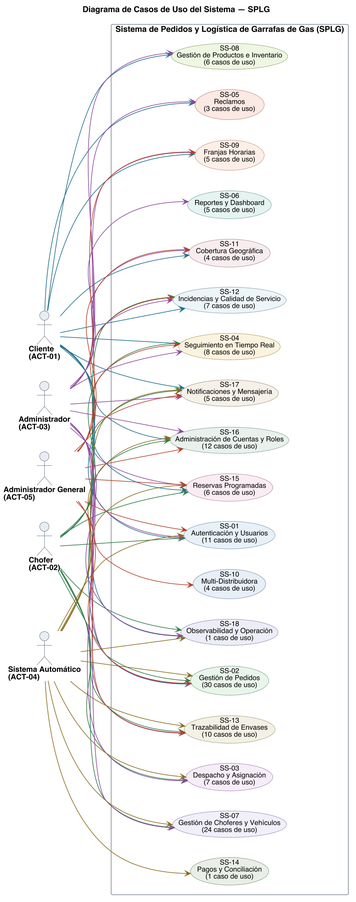
Nahuelito-Dev/splg-docs keeps this PlantUML diagram as diagramas/uml/CU_Sistema_Diagrama-De-Contexto.png. Above is the earlier version.
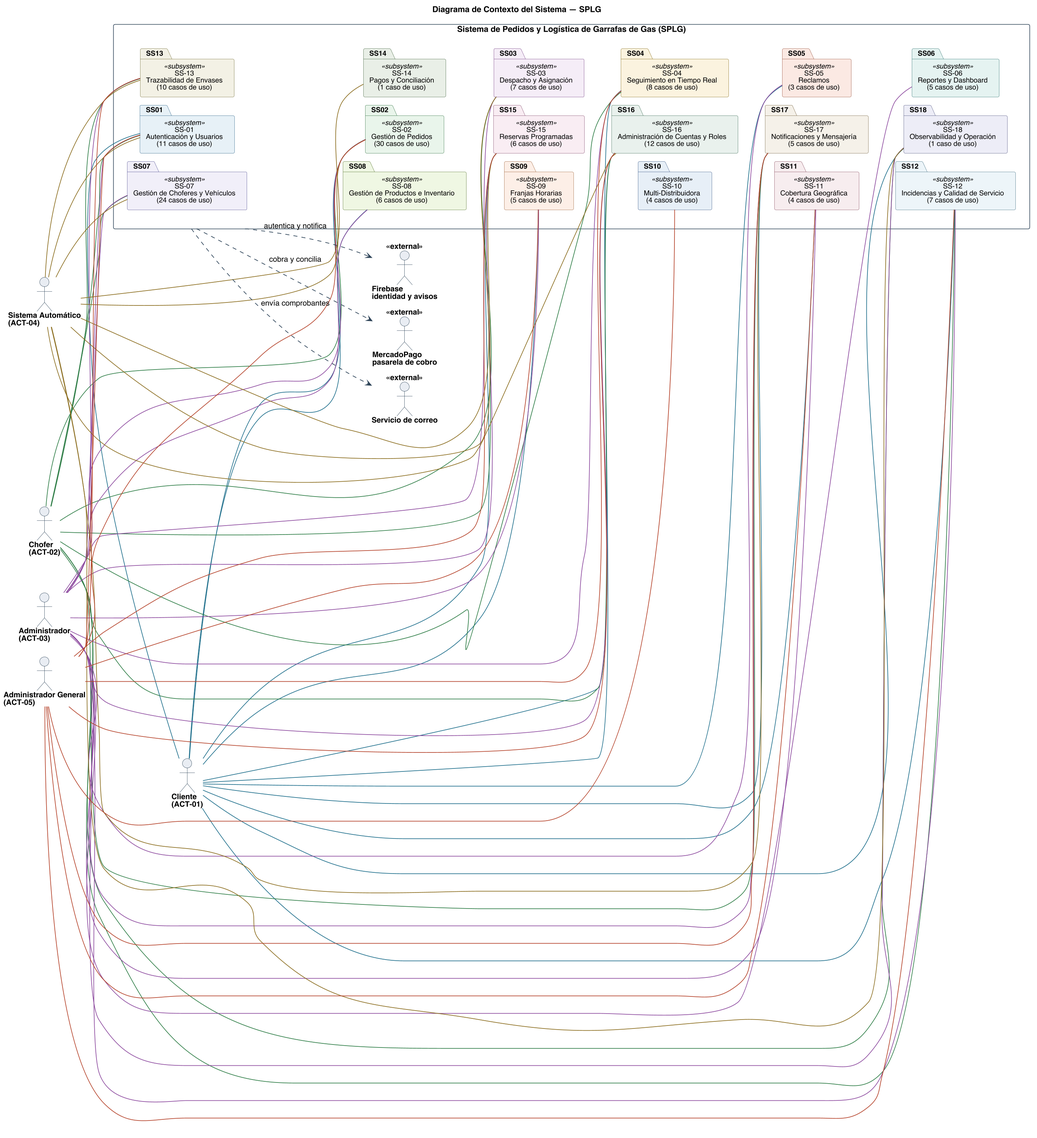
Above is the later version.

What changed in the source:
```diff
@@ -1,5 +1,5 @@
 @startuml
-title Diagrama de Casos de Uso del Sistema — SPLG
+title Diagrama de Contexto del Sistema — SPLG
 left to right direction
 skinparam backgroundColor #FFFFFF
 skinparam shadowing false
@@ -25,92 +25,122 @@
   FontStyle bold
 }
 
+skinparam nodesep 14
+skinparam ranksep 45
+skinparam package {
+  BorderColor #2C4257
+  FontSize 12
+}
+
 actor "Cliente\n(ACT-01)" as A01
 actor "Chofer\n(ACT-02)" as A02
 actor "Administrador\n(ACT-03)" as A03
 actor "Sistema Automático\n(ACT-04)" as A04
 actor "Administrador General\n(ACT-05)" as A05
 
-rectangle "Sistema de Pedidos y Logística de Garrafas de Gas (SPLG)" {
-  usecase "SS-01\nAutenticación y Usuarios\n(11 casos de uso)" as SS01 #back:E7F0F6;line:3C6E8F
-  usecase "SS-02\nGestión de Pedidos\n(30 casos de uso)" as SS02 #back:E9F4EA;line:3F7A50
-  usecase "SS-03\nDespacho y Asignación\n(7 casos de uso)" as SS03 #back:F5ECF7;line:7B4B8A
-  usecase "SS-04\nSeguimiento en Tiempo Real\n(8 casos de uso)" as SS04 #back:FBF2DE;line:8A7326
-  usecase "SS-05\nReclamos\n(3 casos de uso)" as SS05 #back:FAE8E3;line:9C5A46
-  usecase "SS-06\nReportes y Dashboard\n(5 casos de uso)" as SS06 #back:E4F2F1;line:3E7C79
-  usecase "SS-07\nGestión de Choferes y Vehículos\n(24 casos de uso)" as SS07 #back:F0EEF9;line:5A5896
-  usecase "SS-08\nGestión de Productos e Inventario\n(6 casos de uso)" as SS08 #back:EFF6E2;line:5E7A3A
-  usecase "SS-09\nFranjas Horarias\n(5 casos de uso)" as SS09 #back:FDEFE6;line:A26A45
-  usecase "SS-10\nMulti-Distribuidora\n(4 casos de uso)" as SS10 #back:E6EEF7;line:44608B
-  usecase "SS-11\nCobertura Geográfica\n(4 casos de uso)" as SS11 #back:F7ECEF;line:8E5566
-  usecase "SS-12\nIncidencias y Calidad de Servicio\n(7 casos de uso)" as SS12 #back:EDF5F9;line:4A7488
-  usecase "SS-13\nTrazabilidad de Envases\n(10 casos de uso)" as SS13 #back:F3F1E4;line:7A7340
-  usecase "SS-14\nPagos y Conciliación\n(1 caso de uso)" as SS14 #back:E9EFE6;line:4E6B4A
-  usecase "SS-15\nReservas Programadas\n(6 casos de uso)" as SS15 #back:F8EDF3;line:8A5674
-  usecase "SS-16\nAdministración de Cuentas y Roles\n(12 casos de uso)" as SS16 #back:E8F1EC;line:4B7560
-  usecase "SS-17\nNotificaciones y Mensajería\n(5 casos de uso)" as SS17 #back:F5F0E8;line:7C6B4C
-  usecase "SS-18\nObservabilidad y Operación\n(1 caso de uso)" as SS18 #back:ECEDF6;line:5B5F87
+rectangle "Sistema de Pedidos y Logística de Garrafas de Gas (SPLG)" as LIMITE {
+  package "SS-01\nAutenticación y Usuarios\n(11 casos de uso)" as SS01 <<subsystem>> #back:E7F0F6;line:3C6E8F
+  package "SS-02\nGestión de Pedidos\n(30 casos de uso)" as SS02 <<subsystem>> #back:E9F4EA;line:3F7A50
+  package "SS-03\nDespacho y Asignación\n(7 casos de uso)" as SS03 <<subsystem>> #back:F5ECF7;line:7B4B8A
+  package "SS-04\nSeguimiento en Tiempo Real\n(8 casos de uso)" as SS04 <<subsystem>> #back:FBF2DE;line:8A7326
+  package "SS-05\nReclamos\n(3 casos de uso)" as SS05 <<subsystem>> #back:FAE8E3;line:9C5A46
+  package "SS-06\nReportes y Dashboard\n(5 casos de uso)" as SS06 <<subsystem>> #back:E4F2F1;line:3E7C79
+  package "SS-07\nGestión de Choferes y Vehículos\n(24 casos de uso)" as SS07 <<subsystem>> #back:F0EEF9;line:5A5896
+  package "SS-08\nGestión de Productos e Inventario\n(6 casos de uso)" as SS08 <<subsystem>> #back:EFF6E2;line:5E7A3A
+  package "SS-09\nFranjas Horarias\n(5 casos de uso)" as SS09 <<subsystem>> #back:FDEFE6;line:A26A45
+  package "SS-10\nMulti-Distribuidora\n(4 casos de uso)" as SS10 <<subsystem>> #back:E6EEF7;line:44608B
+  package "SS-11\nCobertura Geográfica\n(4 casos de uso)" as SS11 <<subsystem>> #back:F7ECEF;line:8E5566
+  package "SS-12\nIncidencias y Calidad de Servicio\n(7 casos de uso)" as SS12 <<subsystem>> #back:EDF5F9;line:4A7488
+  package "SS-13\nTrazabilidad de Envases\n(10 casos de uso)" as SS13 <<subsystem>> #back:F3F1E4;line:7A7340
+  package "SS-14\nPagos y Conciliación\n(1 caso de uso)" as SS14 <<subsystem>> #back:E9EFE6;line:4E6B4A
+  package "SS-15\nReservas Programadas\n(6 casos de uso)" as SS15 <<subsystem>> #back:F8EDF3;line:8A5674
+  package "SS-16\nAdministración de Cuentas y Roles\n(12 casos de uso)" as SS16 <<subsystem>> #back:E8F1EC;line:4B7560
+  package "SS-17\nNotificaciones y Mensajería\n(5 casos de uso)" as SS17 <<subsystem>> #back:F5F0E8;line:7C6B4C
+  package "SS-18\nObservabilidad y Operación\n(1 caso de uso)" as SS18 <<subsystem>> #back:ECEDF6;line:5B5F87
+  SS01 -[hidden]- SS02
+  SS02 -[hidden]- SS03
+  SS03 -[hidden]- SS04
+  SS04 -[hidden]- SS05
+  SS05 -[hidden]- SS06
+  SS07 -[hidden]- SS08
+  SS08 -[hidden]- SS09
+  SS09 -[hidden]- SS10
+  SS10 -[hidden]- SS11
+  SS11 -[hidden]- SS12
+  SS13 -[hidden]- SS14
+  SS14 -[hidden]- SS15
+  SS15 -[hidden]- SS16
+  SS16 -[hidden]- SS17
+  SS17 -[hidden]- SS18
 }
 
-A01 -[#1F6F8B]-> SS01
-A01 -[#1F6F8B]-> SS02
-A01 -[#1F6F8B]-> SS04
-A01 -[#1F6F8B]-> SS05
-A01 -[#1F6F8B]-> SS08
-A01 -[#1F6F8B]-> SS09
-A01 -[#1F6F8B]-> SS11
-A01 -[#1F6F8B]-> SS12
-A01 -[#1F6F8B]-> SS15
-A01 -[#1F6F8B]-> SS16
-A01 -[#1F6F8B]-> SS17
-A01 -[#1F6F8B]-> SS18
-A02 -[#2E7D46]-> SS01
-A02 -[#2E7D46]-> SS02
-A02 -[#2E7D46]-> SS03
-A02 -[#2E7D46]-> SS04
-A02 -[#2E7D46]-> SS07
-A02 -[#2E7D46]-> SS12
-A02 -[#2E7D46]-> SS13
-A02 -[#2E7D46]-> SS15
-A02 -[#2E7D46]-> SS16
-A02 -[#2E7D46]-> SS17
-A02 -[#2E7D46]-> SS18
-A03 -[#8C4A9E]-> SS01
-A03 -[#8C4A9E]-> SS02
-A03 -[#8C4A9E]-> SS03
-A03 -[#8C4A9E]-> SS04
-A03 -[#8C4A9E]-> SS05
-A03 -[#8C4A9E]-> SS06
-A03 -[#8C4A9E]-> SS07
-A03 -[#8C4A9E]-> SS08
-A03 -[#8C4A9E]-> SS09
-A03 -[#8C4A9E]-> SS11
-A03 -[#8C4A9E]-> SS12
-A03 -[#8C4A9E]-> SS13
-A03 -[#8C4A9E]-> SS15
-A03 -[#8C4A9E]-> SS16
-A03 -[#8C4A9E]-> SS17
-A03 -[#8C4A9E]-> SS18
-A04 -[#8A6D1F]-> SS01
-A04 -[#8A6D1F]-> SS02
-A04 -[#8A6D1F]-> SS03
-A04 -[#8A6D1F]-> SS07
-A04 -[#8A6D1F]-> SS13
-A04 -[#8A6D1F]-> SS14
-A04 -[#8A6D1F]-> SS15
-A04 -[#8A6D1F]-> SS16
-A04 -[#8A6D1F]-> SS17
-A04 -[#8A6D1F]-> SS18
-A05 -[#B4432B]-> SS01
-A05 -[#B4432B]-> SS02
-A05 -[#B4432B]-> SS04
-A05 -[#B4432B]-> SS09
-A05 -[#B4432B]-> SS10
-A05 -[#B4432B]-> SS11
-A05 -[#B4432B]-> SS12
-A05 -[#B4432B]-> SS13
-A05 -[#B4432B]-> SS15
-A05 -[#B4432B]-> SS16
-A05 -[#B4432B]-> SS17
+A01 -[#1F6F8B]- SS01
+A01 -[#1F6F8B]- SS02
+A01 -[#1F6F8B]- SS04
+A01 -[#1F6F8B]- SS05
+A01 -[#1F6F8B]- SS08
+A01 -[#1F6F8B]- SS09
+A01 -[#1F6F8B]- SS11
+A01 -[#1F6F8B]- SS12
+A01 -[#1F6F8B]- SS15
+A01 -[#1F6F8B]- SS16
+A01 -[#1F6F8B]- SS17
+A01 -[#1F6F8B]- SS18
+A02 -[#2E7D46]- SS01
+A02 -[#2E7D46]- SS02
+A02 -[#2E7D46]- SS03
+A02 -[#2E7D46]- SS04
+A02 -[#2E7D46]- SS07
+A02 -[#2E7D46]- SS12
+A02 -[#2E7D46]- SS13
+A02 -[#2E7D46]- SS15
+A02 -[#2E7D46]- SS16
+A02 -[#2E7D46]- SS17
+A02 -[#2E7D46]- SS18
+A03 -[#8C4A9E]- SS01
+A03 -[#8C4A9E]- SS02
+A03 -[#8C4A9E]- SS03
+A03 -[#8C4A9E]- SS04
+A03 -[#8C4A9E]- SS05
+A03 -[#8C4A9E]- SS06
+A03 -[#8C4A9E]- SS07
+A03 -[#8C4A9E]- SS08
+A03 -[#8C4A9E]- SS09
+A03 -[#8C4A9E]- SS11
+A03 -[#8C4A9E]- SS12
+A03 -[#8C4A9E]- SS13
+A03 -[#8C4A9E]- SS15
+A03 -[#8C4A9E]- SS16
+A03 -[#8C4A9E]- SS17
+A03 -[#8C4A9E]- SS18
+A04 -[#8A6D1F]- SS01
+A04 -[#8A6D1F]- SS02
+A04 -[#8A6D1F]- SS03
+A04 -[#8A6D1F]- SS07
+A04 -[#8A6D1F]- SS13
+A04 -[#8A6D1F]- SS14
+A04 -[#8A6D1F]- SS15
+A04 -[#8A6D1F]- SS16
+A04 -[#8A6D1F]- SS17
+A04 -[#8A6D1F]- SS18
+A05 -[#B4432B]- SS01
+A05 -[#B4432B]- SS02
+A05 -[#B4432B]- SS04
+A05 -[#B4432B]- SS09
+A05 -[#B4432B]- SS10
+A05 -[#B4432B]- SS11
+A05 -[#B4432B]- SS12
+A05 -[#B4432B]- SS13
+A05 -[#B4432B]- SS15
+A05 -[#B4432B]- SS16
+A05 -[#B4432B]- SS17
+
+actor "Firebase\nidentidad y avisos" as XFB <<external>>
+actor "MercadoPago\npasarela de cobro" as XMP <<external>>
+actor "Servicio de correo" as XML <<external>>
+
+LIMITE ..> XFB : autentica y notifica
+LIMITE ..> XMP : cobra y concilia
+LIMITE ..> XML : envía comprobantes
 
 @enduml
```
